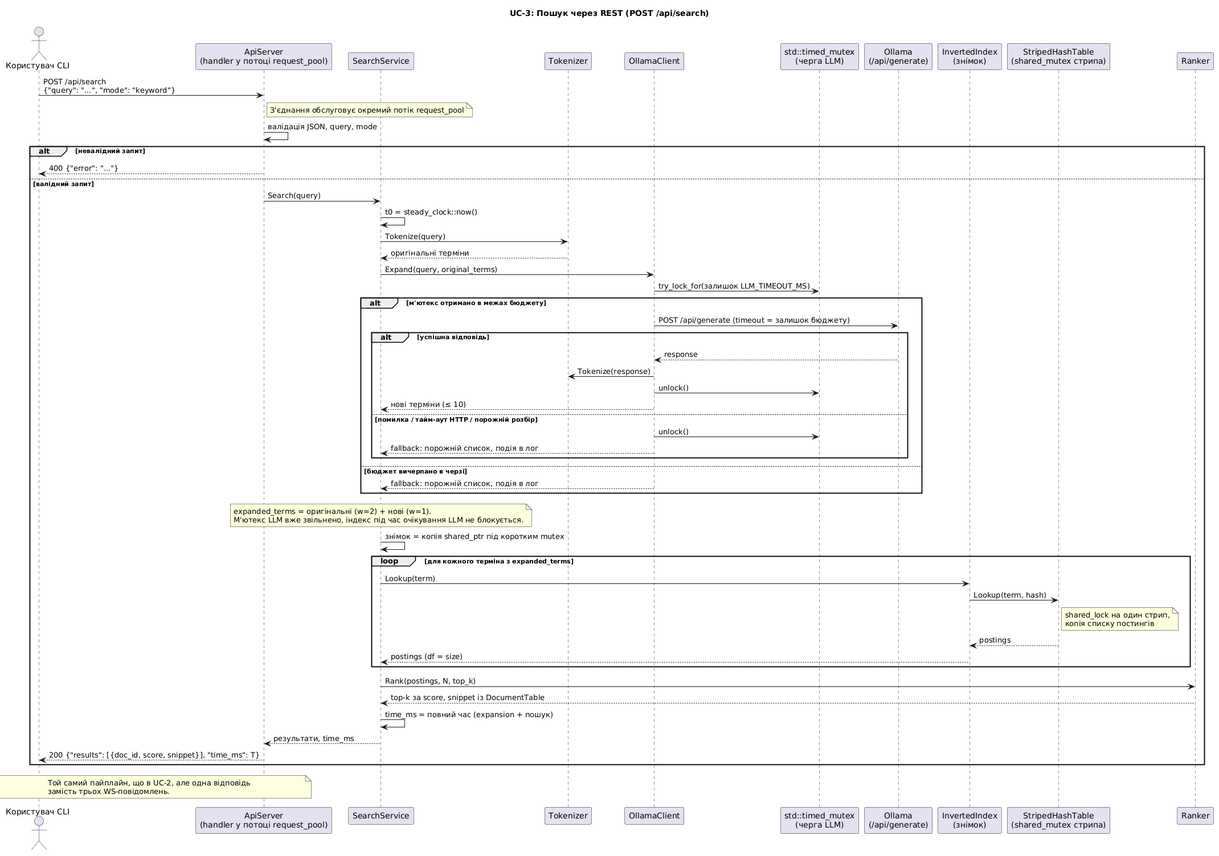
This is docs/uml/sequence_uc3_rest_search.png from DariaMelnyk0206/course_work_parallel_computing, a PlantUML export, as it was before one commit. Source of this version:
```plantuml
@startuml sequence_uc3_rest_search
title UC-3: Пошук через REST (POST /api/search)
skinparam responseMessageBelowArrow true
actor "Користувач CLI" as Cli
participant "ApiServer\n(handler у потоці request_pool)" as Api
participant "SearchService" as Svc
participant "Tokenizer" as Tok
participant "OllamaClient" as Ollama
participant "std::timed_mutex\n(черга LLM)" as Mtx
participant "Ollama\n(/api/generate)" as Llm
participant "InvertedIndex\n(знімок)" as Idx
participant "StripedHashTable\n(shared_mutex стрипа)" as Tbl
participant "Ranker" as Rank

Cli -> Api : POST /api/search\n{"query": "...", "mode": "keyword"}
note right of Api
  З'єднання обслуговує окремий потік request_pool
end note
Api -> Api : валідація JSON, query, mode
alt невалідний запит
  Api --> Cli : 400 {"error": "..."}
else валідний запит
  Api -> Svc : Search(query)
  Svc -> Svc : t0 = steady_clock::now()
  Svc -> Tok : Tokenize(query)
  Tok --> Svc : оригінальні терміни
  Svc -> Ollama : Expand(query, original_terms)
  Ollama -> Mtx : try_lock_for(залишок LLM_TIMEOUT_MS)
  alt м'ютекс отримано в межах бюджету
    Ollama -> Llm : POST /api/generate (timeout = залишок бюджету)
    alt успішна відповідь
      Llm --> Ollama : response
      Ollama -> Tok : Tokenize(response)
      Ollama -> Mtx : unlock()
      Ollama --> Svc : нові терміни (≤ 10)
    else помилка / тайм-аут HTTP / порожній розбір
      Ollama -> Mtx : unlock()
      Ollama --> Svc : fallback: порожній список, подія в лог
    end
  else бюджет вичерпано в черзі
    Ollama --> Svc : fallback: порожній список, подія в лог
  end
  note over Svc
    expanded_terms = оригінальні (w=2) + нові (w=1).
    М'ютекс LLM вже звільнено, індекс під час очікування LLM не блокується.
  end note
  Svc -> Svc : знімок = копія shared_ptr під коротким mutex
  loop для кожного терміна з expanded_terms
    Svc -> Idx : Lookup(term)
    Idx -> Tbl : Lookup(term, hash)
    note right of Tbl : shared_lock на один стрип,\nкопія списку постингів
    Tbl --> Idx : postings
    Idx --> Svc : postings (df = size)
  end
  Svc -> Rank : Rank(postings, N, top_k)
  Rank --> Svc : top-k за score, snippet із DocumentTable
  Svc -> Svc : time_ms = повний час (expansion + пошук)
  Svc --> Api : результати, time_ms
  Api --> Cli : 200 {"results": [{doc_id, score, snippet}], "time_ms": T}
end
note over Cli, Api
  Той самий пайплайн, що в UC-2, але одна відповідь
  замість трьох WS-повідомлень.
end note
@enduml
```
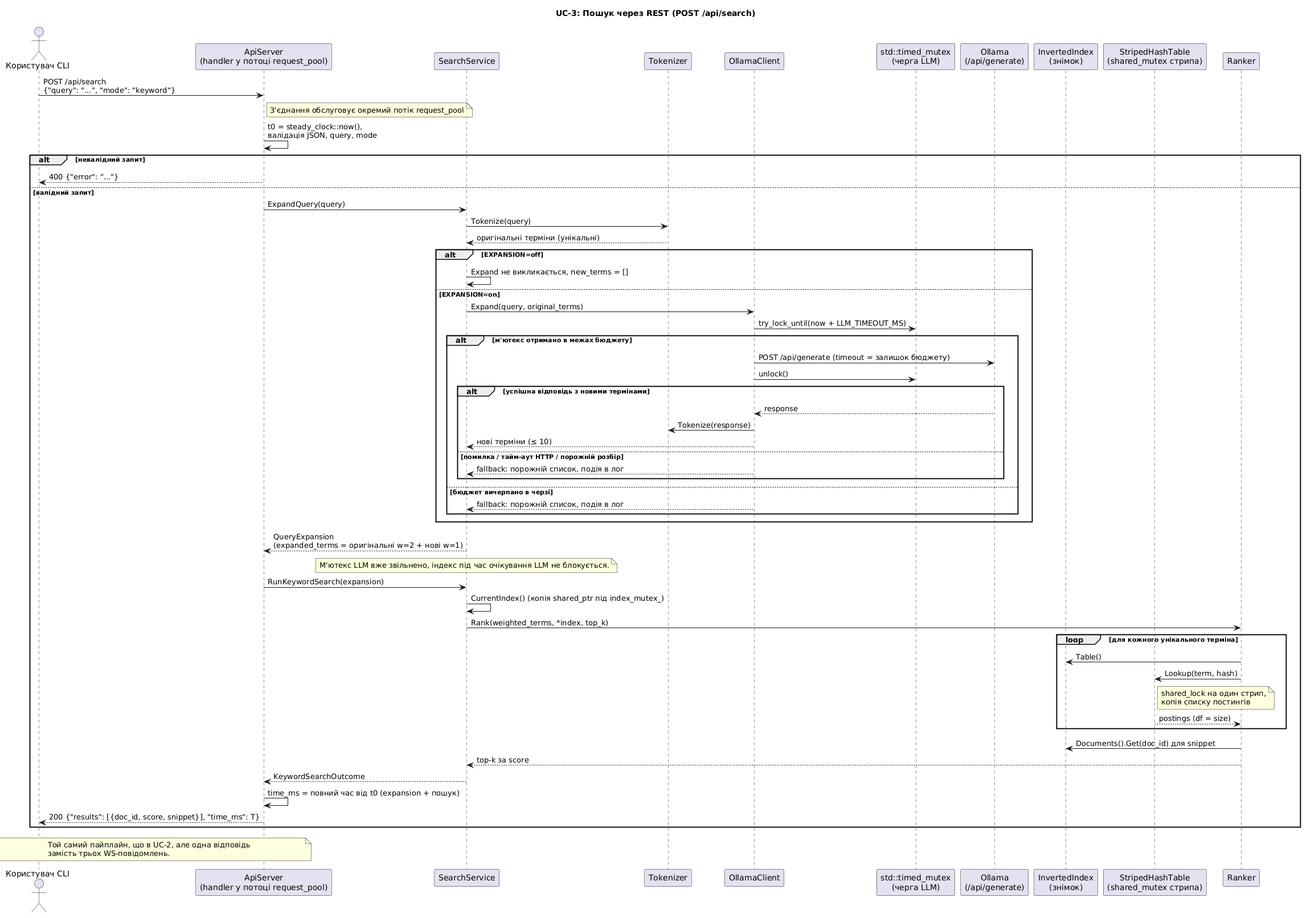
After the commit.

Commit message:
docs(uml): update class and sequence diagrams to final code

Diff of the diagram source:
```diff
@@ -16,46 +16,49 @@
 note right of Api
   З'єднання обслуговує окремий потік request_pool
 end note
-Api -> Api : валідація JSON, query, mode
+Api -> Api : t0 = steady_clock::now(),\nвалідація JSON, query, mode
 alt невалідний запит
   Api --> Cli : 400 {"error": "..."}
 else валідний запит
-  Api -> Svc : Search(query)
-  Svc -> Svc : t0 = steady_clock::now()
+  Api -> Svc : ExpandQuery(query)
   Svc -> Tok : Tokenize(query)
-  Tok --> Svc : оригінальні терміни
-  Svc -> Ollama : Expand(query, original_terms)
-  Ollama -> Mtx : try_lock_for(залишок LLM_TIMEOUT_MS)
-  alt м'ютекс отримано в межах бюджету
-    Ollama -> Llm : POST /api/generate (timeout = залишок бюджету)
-    alt успішна відповідь
-      Llm --> Ollama : response
-      Ollama -> Tok : Tokenize(response)
+  Tok --> Svc : оригінальні терміни (унікальні)
+  alt EXPANSION=off
+    Svc -> Svc : Expand не викликається, new_terms = []
+  else EXPANSION=on
+    Svc -> Ollama : Expand(query, original_terms)
+    Ollama -> Mtx : try_lock_until(now + LLM_TIMEOUT_MS)
+    alt м'ютекс отримано в межах бюджету
+      Ollama -> Llm : POST /api/generate (timeout = залишок бюджету)
       Ollama -> Mtx : unlock()
-      Ollama --> Svc : нові терміни (≤ 10)
-    else помилка / тайм-аут HTTP / порожній розбір
-      Ollama -> Mtx : unlock()
+      alt успішна відповідь з новими термінами
+        Llm --> Ollama : response
+        Ollama -> Tok : Tokenize(response)
+        Ollama --> Svc : нові терміни (≤ 10)
+      else помилка / тайм-аут HTTP / порожній розбір
+        Ollama --> Svc : fallback: порожній список, подія в лог
+      end
+    else бюджет вичерпано в черзі
       Ollama --> Svc : fallback: порожній список, подія в лог
     end
-  else бюджет вичерпано в черзі
-    Ollama --> Svc : fallback: порожній список, подія в лог
   end
+  Svc --> Api : QueryExpansion\n(expanded_terms = оригінальні w=2 + нові w=1)
   note over Svc
-    expanded_terms = оригінальні (w=2) + нові (w=1).
     М'ютекс LLM вже звільнено, індекс під час очікування LLM не блокується.
   end note
-  Svc -> Svc : знімок = копія shared_ptr під коротким mutex
-  loop для кожного терміна з expanded_terms
-    Svc -> Idx : Lookup(term)
-    Idx -> Tbl : Lookup(term, hash)
+  Api -> Svc : RunKeywordSearch(expansion)
+  Svc -> Svc : CurrentIndex() (копія shared_ptr під index_mutex_)
+  Svc -> Rank : Rank(weighted_terms, *index, top_k)
+  loop для кожного унікального терміна
+    Rank -> Idx : Table()
+    Rank -> Tbl : Lookup(term, hash)
     note right of Tbl : shared_lock на один стрип,\nкопія списку постингів
-    Tbl --> Idx : postings
-    Idx --> Svc : postings (df = size)
+    Tbl --> Rank : postings (df = size)
   end
-  Svc -> Rank : Rank(postings, N, top_k)
-  Rank --> Svc : top-k за score, snippet із DocumentTable
-  Svc -> Svc : time_ms = повний час (expansion + пошук)
-  Svc --> Api : результати, time_ms
+  Rank -> Idx : Documents().Get(doc_id) для snippet
+  Rank --> Svc : top-k за score
+  Svc --> Api : KeywordSearchOutcome
+  Api -> Api : time_ms = повний час від t0 (expansion + пошук)
   Api --> Cli : 200 {"results": [{doc_id, score, snippet}], "time_ms": T}
 end
 note over Cli, Api
```
